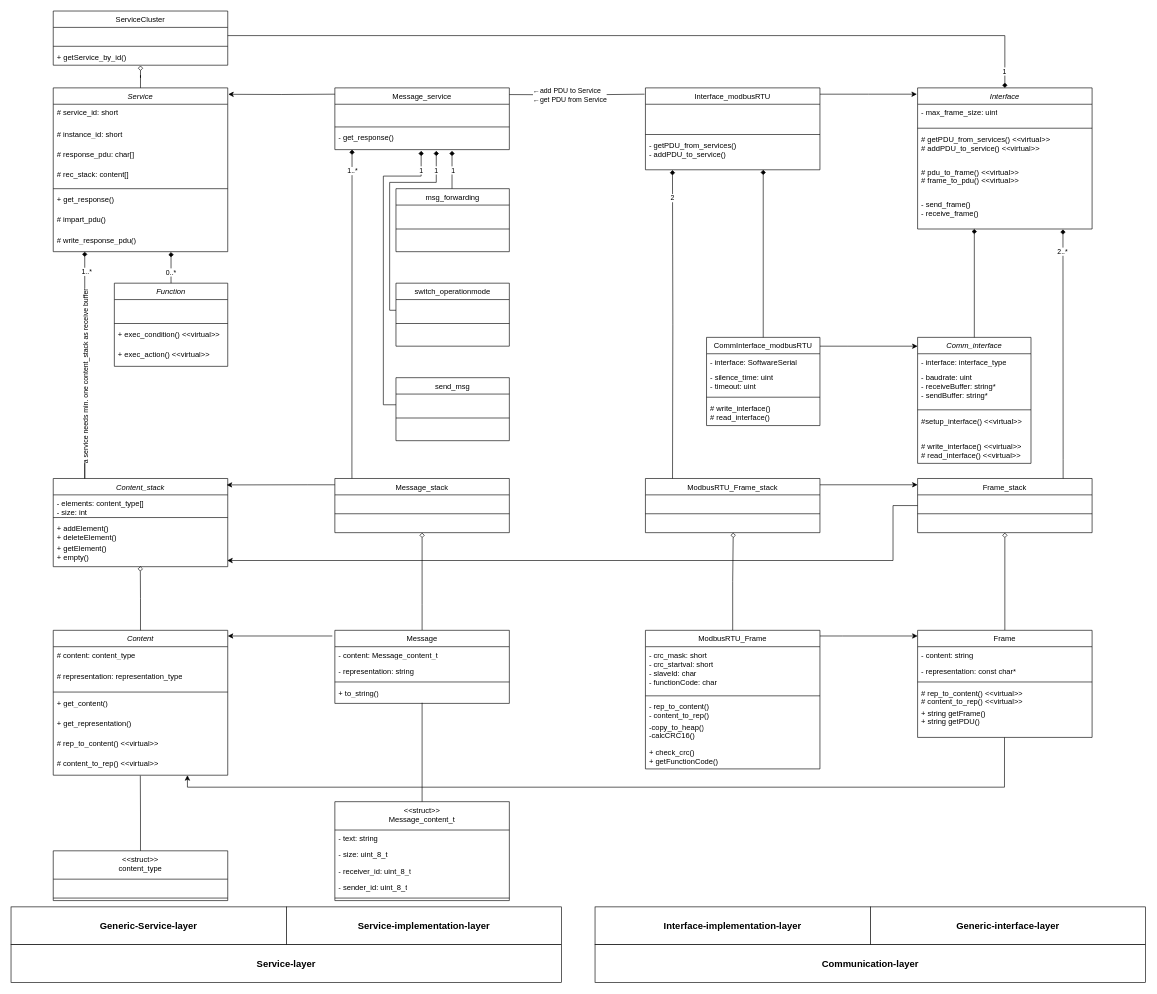
Above: modbus_classdiagram.drawio in F-L-X-S/BusBricks (draw.io), before the change. Source tidied: cells renumbered, new cells numbered last; positions are measured from the earlier drawing's top-left corner, leaving out a move shared by most shapes. Both pictures are drawn from the tidied source at 63%, with x=0, y=0 at pixel (11, 11).
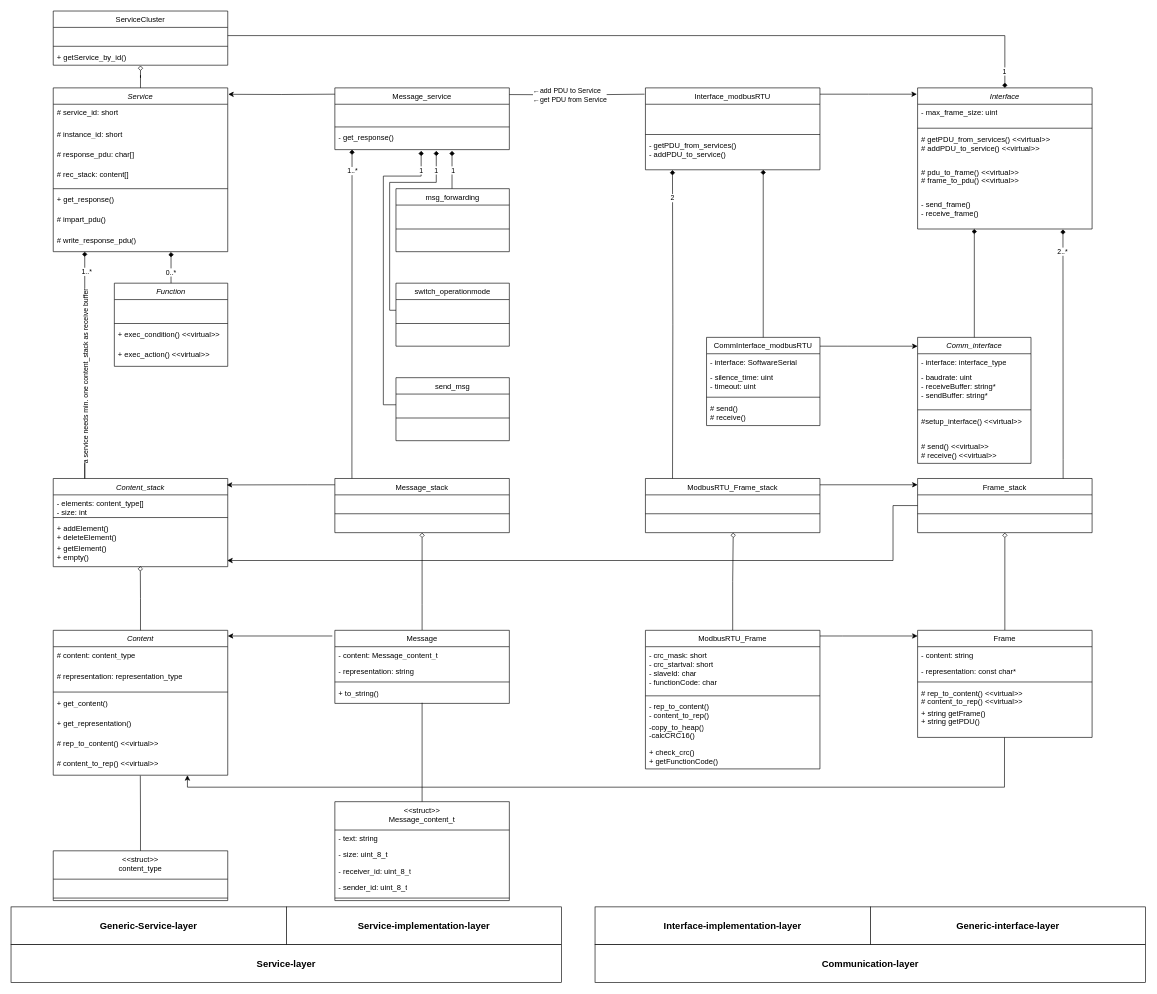
The same diagram, later.

Unchanged cells that the change refers to:
```xml
<mxCell id="8" value="&lt;span style=&quot;font-weight: normal;&quot;&gt;CommInterface_modbusRTU&lt;/span&gt;" style="swimlane;fontStyle=1;align=center;verticalAlign=top;horizontal=1;startSize=26;whiteSpace=wrap;html=1;" parent="1" vertex="1">
  <mxGeometry x="1104" y="518" width="180" height="140" as="geometry" />
</mxCell>
<mxCell id="103" value="&lt;span style=&quot;font-weight: 400;&quot;&gt;&lt;i&gt;Comm_interface&lt;/i&gt;&lt;/span&gt;" style="swimlane;fontStyle=1;align=center;verticalAlign=top;horizontal=1;startSize=26;whiteSpace=wrap;html=1;" parent="1" vertex="1">
  <mxGeometry x="1439" y="518" width="180" height="200" as="geometry" />
</mxCell>
```

What changed in the source:
```diff
@@
-    <mxCell id="12" value="# write_interface()&lt;div&gt;# read_interface()&amp;nbsp;&lt;br&gt;&lt;/div&gt;" style="text;strokeColor=none;fillColor=none;align=left;verticalAlign=top;spacingLeft=4;spacingRight=4;overflow=hidden;whiteSpace=wrap;html=1;" parent="8" vertex="1">
-      <mxGeometry y="100" width="180" height="40" as="geometry" />
-    </mxCell>
+    <mxCell id="153" value="# send()&amp;nbsp;&lt;div&gt;# receive()&lt;br&gt;&lt;/div&gt;" style="text;strokeColor=none;fillColor=none;align=left;verticalAlign=top;spacingLeft=4;spacingRight=4;overflow=hidden;whiteSpace=wrap;html=1;" parent="8" vertex="1">
+      <mxGeometry y="100" width="180" height="40" as="geometry" />
+    </mxCell>
@@
-    <mxCell id="108" value="# write_interface() &amp;lt;&amp;lt;virtual&amp;gt;&amp;gt;&lt;div&gt;# read_interface() &amp;lt;&amp;lt;virtual&amp;gt;&amp;gt;&lt;br&gt;&lt;/div&gt;" style="text;strokeColor=none;fillColor=none;align=left;verticalAlign=top;spacingLeft=4;spacingRight=4;overflow=hidden;whiteSpace=wrap;html=1;" parent="103" vertex="1">
+    <mxCell id="108" value="# send() &amp;lt;&amp;lt;virtual&amp;gt;&amp;gt;&lt;div&gt;# receive() &amp;lt;&amp;lt;virtual&amp;gt;&amp;gt;&lt;br&gt;&lt;/div&gt;" style="text;strokeColor=none;fillColor=none;align=left;verticalAlign=top;spacingLeft=4;spacingRight=4;overflow=hidden;whiteSpace=wrap;html=1;" parent="103" vertex="1">
       <mxGeometry y="160" width="180" height="40" as="geometry" />
     </mxCell>
```
